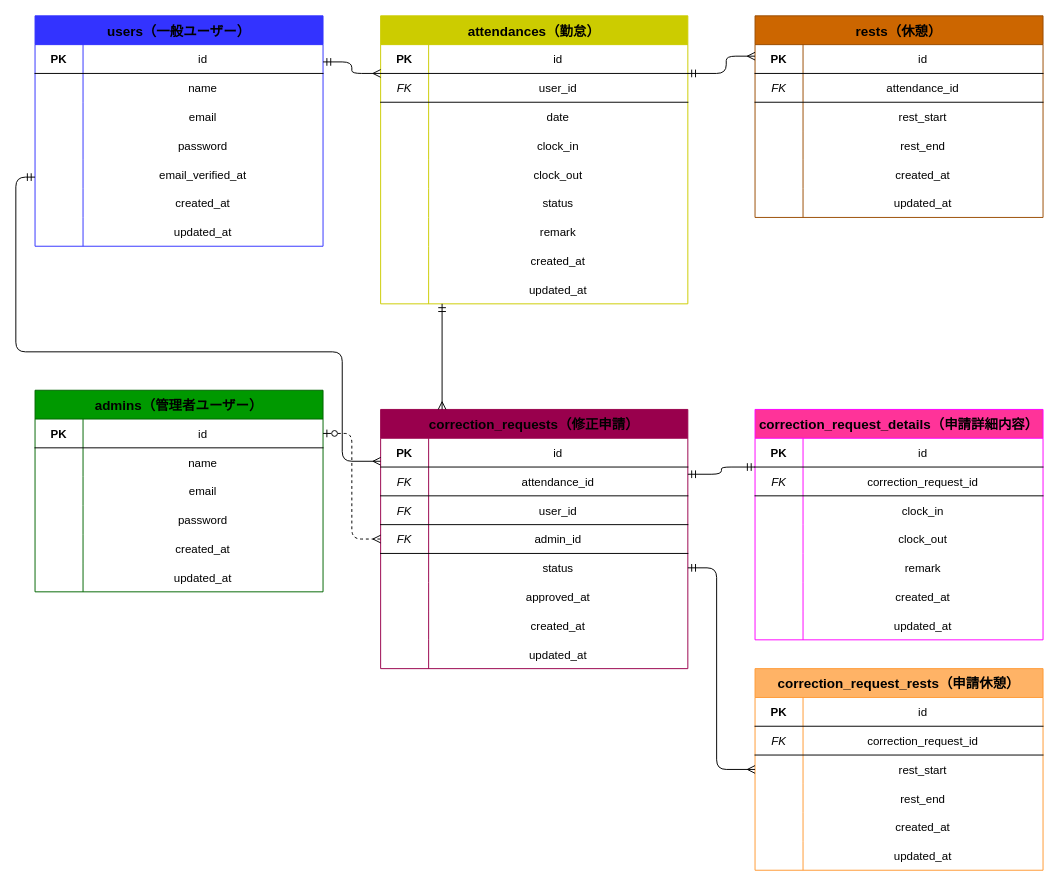
Earlier version of the draw.io diagram attendance_system_er.drawio (kn-a0322/attendance-system-laravel). Source tidied: cells renumbered, new cells numbered last; positions are measured from the earlier drawing's top-left corner, leaving out a move shared by most shapes. Both pictures are drawn from the tidied source at 96%, with x=0, y=0 at pixel (15, 15).
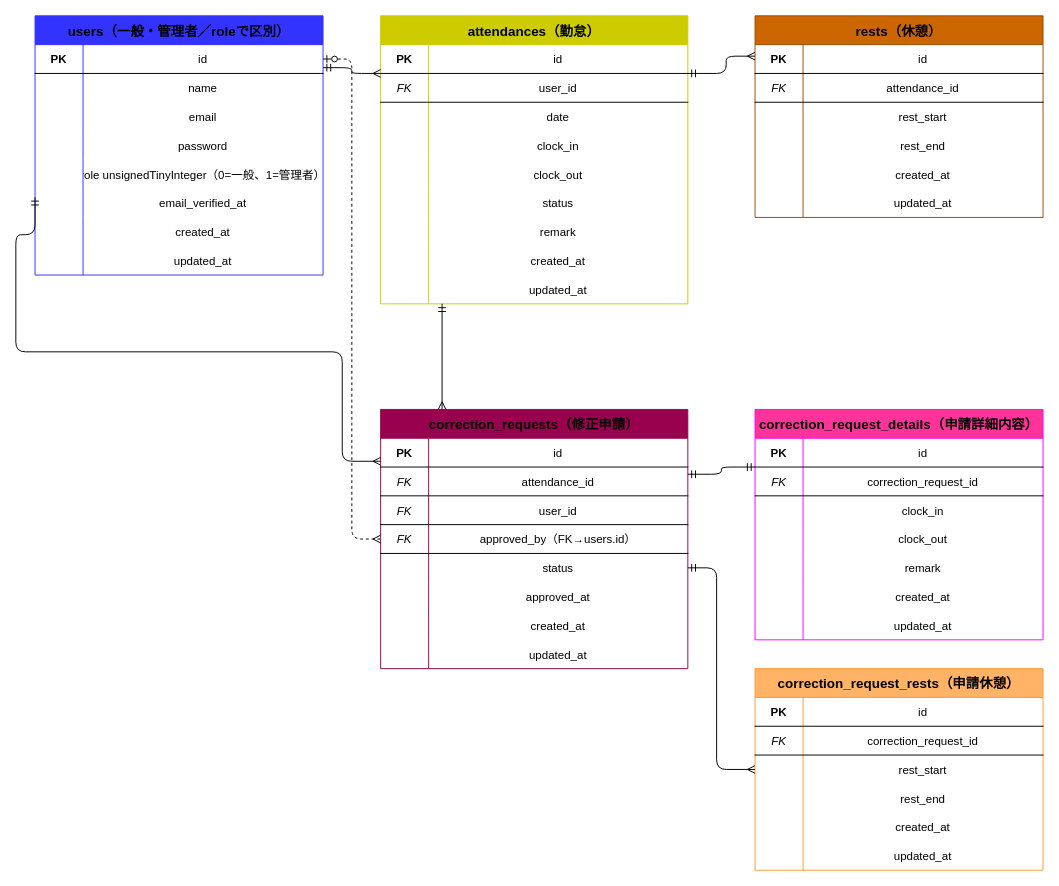
The same diagram, later.

Unchanged cells that the change refers to:
```xml
<mxCell id="3" style="shape=tableRow;horizontal=0;startSize=0;swimlaneHead=0;swimlaneBody=0;fillColor=none;points=[[0,0.5],[1,0.5]];portConstraint=eastwest;fontSize=12;top=0;left=0;right=0;bottom=1;" parent="2" vertex="1">
  <mxGeometry y="30" width="300" height="30" as="geometry" />
</mxCell>
<mxCell id="90" value="correction_requests（修正申請）" style="shape=table;startSize=30;childLayout=tableLayout;rowLines=0;fontStyle=1;align=center;fontSize=14;fillColor=#99004D;strokeColor=#99004D;" parent="1" vertex="1">
  <mxGeometry x="380" y="410" width="320" height="270" as="geometry" />
</mxCell>
<mxCell id="100" style="shape=tableRow;horizontal=0;startSize=0;swimlaneHead=0;swimlaneBody=0;fillColor=none;points=[[0,0.5],[1,0.5]];portConstraint=eastwest;fontSize=12;top=0;left=0;right=0;bottom=1;" parent="90" vertex="1">
  <mxGeometry y="120" width="320" height="30" as="geometry" />
</mxCell>
```

Change to the diagram source:
```diff
@@
-    <mxCell id="2" value="users（一般ユーザー）" style="shape=table;startSize=30;childLayout=tableLayout;rowLines=0;fontStyle=1;align=center;fontSize=14;fillColor=#3333FF;strokeColor=#3333FF;" parent="1" vertex="1">
-      <mxGeometry x="20" width="300" height="240" as="geometry" />
+    <mxCell id="2" value="users（一般・管理者／roleで区別）" style="shape=table;startSize=30;childLayout=tableLayout;rowLines=0;fontStyle=1;align=center;fontSize=14;fillColor=#3333FF;strokeColor=#3333FF;" parent="1" vertex="1">
+      <mxGeometry x="20" width="300" height="270" as="geometry" />
     </mxCell>
@@
+    <mxCell id="37" style="shape=tableRow;horizontal=0;startSize=0;swimlaneHead=0;swimlaneBody=0;fillColor=none;fontSize=12;top=0;left=0;right=0;bottom=0;" parent="2" vertex="1">
+      <mxGeometry y="150" width="300" height="30" as="geometry" />
+    </mxCell>
+    <mxCell id="164" style="shape=partialRectangle;fillColor=none;top=0;left=0;bottom=0;right=0;overflow=hidden;" parent="37" vertex="1">
+      <mxGeometry width="50" height="30" as="geometry" />
+    </mxCell>
+    <mxCell id="165" value="role unsignedTinyInteger（0=一般、1=管理者）" style="shape=partialRectangle;fillColor=none;top=0;left=0;bottom=0;right=0;overflow=hidden;" parent="37" vertex="1">
+      <mxGeometry x="50" width="250" height="30" as="geometry" />
+    </mxCell>
     <mxCell id="15" style="shape=tableRow;horizontal=0;startSize=0;swimlaneHead=0;swimlaneBody=0;fillColor=none;fontSize=12;top=0;left=0;right=0;bottom=0;" parent="2" vertex="1">
-      <mxGeometry y="150" width="300" height="30" as="geometry" />
+      <mxGeometry y="180" width="300" height="30" as="geometry" />
     </mxCell>
@@
     <mxCell id="18" style="shape=tableRow;horizontal=0;startSize=0;swimlaneHead=0;swimlaneBody=0;fillColor=none;fontSize=12;top=0;left=0;right=0;bottom=0;" parent="2" vertex="1">
-      <mxGeometry y="180" width="300" height="30" as="geometry" />
+      <mxGeometry y="210" width="300" height="30" as="geometry" />
     </mxCell>
@@
     <mxCell id="21" style="shape=tableRow;horizontal=0;startSize=0;swimlaneHead=0;swimlaneBody=0;fillColor=none;fontSize=12;top=0;left=0;right=0;bottom=0;" parent="2" vertex="1">
-      <mxGeometry y="210" width="300" height="30" as="geometry" />
+      <mxGeometry y="240" width="300" height="30" as="geometry" />
     </mxCell>
@@
-    <mxCell id="24" value="admins（管理者ユーザー）" style="shape=table;startSize=30;childLayout=tableLayout;rowLines=0;fontStyle=1;align=center;fontSize=14;fillColor=#009900;strokeColor=#006600;" parent="1" vertex="1">
-      <mxGeometry x="20" y="390" width="300" height="210" as="geometry" />
-    </mxCell>
-    <mxCell id="25" style="shape=tableRow;horizontal=0;startSize=0;swimlaneHead=0;swimlaneBody=0;fillColor=none;points=[[0,0.5],[1,0.5]];portConstraint=eastwest;fontSize=12;top=0;left=0;right=0;bottom=1;" parent="24" vertex="1">
-      <mxGeometry y="30" width="300" height="30" as="geometry" />
-    </mxCell>
-    <mxCell id="26" value="PK" style="shape=partialRectangle;fillColor=none;top=0;left=0;bottom=0;right=0;fontStyle=1;overflow=hidden;" parent="25" vertex="1">
-      <mxGeometry width="50" height="30" as="geometry" />
-    </mxCell>
-    <mxCell id="27" value="id" style="shape=partialRectangle;fillColor=none;top=0;left=0;bottom=0;right=0;overflow=hidden;" parent="25" vertex="1">
-      <mxGeometry x="50" width="250" height="30" as="geometry" />
-    </mxCell>
-    <mxCell id="28" style="shape=tableRow;horizontal=0;startSize=0;swimlaneHead=0;swimlaneBody=0;fillColor=none;fontSize=12;top=0;left=0;right=0;bottom=0;" parent="24" vertex="1">
-      <mxGeometry y="60" width="300" height="30" as="geometry" />
-    </mxCell>
-    <mxCell id="29" style="shape=partialRectangle;fillColor=none;top=0;left=0;bottom=0;right=0;overflow=hidden;" parent="28" vertex="1">
-      <mxGeometry width="50" height="30" as="geometry" />
-    </mxCell>
-    <mxCell id="30" value="name" style="shape=partialRectangle;fillColor=none;top=0;left=0;bottom=0;right=0;overflow=hidden;" parent="28" vertex="1">
-      <mxGeometry x="50" width="250" height="30" as="geometry" />
-    </mxCell>
-    <mxCell id="31" style="shape=tableRow;horizontal=0;startSize=0;swimlaneHead=0;swimlaneBody=0;fillColor=none;fontSize=12;top=0;left=0;right=0;bottom=0;" parent="24" vertex="1">
-      <mxGeometry y="90" width="300" height="30" as="geometry" />
-    </mxCell>
-    <mxCell id="32" style="shape=partialRectangle;fillColor=none;top=0;left=0;bottom=0;right=0;overflow=hidden;" parent="31" vertex="1">
-      <mxGeometry width="50" height="30" as="geometry" />
-    </mxCell>
-    <mxCell id="33" value="email" style="shape=partialRectangle;fillColor=none;top=0;left=0;bottom=0;right=0;overflow=hidden;" parent="31" vertex="1">
-      <mxGeometry x="50" width="250" height="30" as="geometry" />
-    </mxCell>
-    <mxCell id="34" style="shape=tableRow;horizontal=0;startSize=0;swimlaneHead=0;swimlaneBody=0;fillColor=none;fontSize=12;top=0;left=0;right=0;bottom=0;" parent="24" vertex="1">
-      <mxGeometry y="120" width="300" height="30" as="geometry" />
-    </mxCell>
-    <mxCell id="35" style="shape=partialRectangle;fillColor=none;top=0;left=0;bottom=0;right=0;overflow=hidden;" parent="34" vertex="1">
-      <mxGeometry width="50" height="30" as="geometry" />
-    </mxCell>
-    <mxCell id="36" value="password" style="shape=partialRectangle;fillColor=none;top=0;left=0;bottom=0;right=0;overflow=hidden;" parent="34" vertex="1">
-      <mxGeometry x="50" width="250" height="30" as="geometry" />
-    </mxCell>
-    <mxCell id="37" style="shape=tableRow;horizontal=0;startSize=0;swimlaneHead=0;swimlaneBody=0;fillColor=none;fontSize=12;top=0;left=0;right=0;bottom=0;" parent="24" vertex="1">
-      <mxGeometry y="150" width="300" height="30" as="geometry" />
-    </mxCell>
-    <mxCell id="38" style="shape=partialRectangle;fillColor=none;top=0;left=0;bottom=0;right=0;overflow=hidden;" parent="37" vertex="1">
-      <mxGeometry width="50" height="30" as="geometry" />
-    </mxCell>
-    <mxCell id="39" value="created_at" style="shape=partialRectangle;fillColor=none;top=0;left=0;bottom=0;right=0;overflow=hidden;" parent="37" vertex="1">
-      <mxGeometry x="50" width="250" height="30" as="geometry" />
-    </mxCell>
-    <mxCell id="40" style="shape=tableRow;horizontal=0;startSize=0;swimlaneHead=0;swimlaneBody=0;fillColor=none;fontSize=12;top=0;left=0;right=0;bottom=0;" parent="24" vertex="1">
-      <mxGeometry y="180" width="300" height="30" as="geometry" />
-    </mxCell>
-    <mxCell id="41" style="shape=partialRectangle;fillColor=none;top=0;left=0;bottom=0;right=0;overflow=hidden;" parent="40" vertex="1">
-      <mxGeometry width="50" height="30" as="geometry" />
-    </mxCell>
-    <mxCell id="42" value="updated_at" style="shape=partialRectangle;fillColor=none;top=0;left=0;bottom=0;right=0;overflow=hidden;" parent="40" vertex="1">
-      <mxGeometry x="50" width="250" height="30" as="geometry" />
-    </mxCell>
@@
-    <mxCell id="102" value="admin_id" style="shape=partialRectangle;fillColor=none;top=0;left=0;bottom=0;right=0;overflow=hidden;" parent="100" vertex="1">
-      <mxGeometry x="50" width="270" height="30" as="geometry" />
-    </mxCell>
+    <mxCell id="166" value="approved_by（FK→users.id）" style="shape=partialRectangle;fillColor=none;top=0;left=0;bottom=0;right=0;overflow=hidden;" parent="100" vertex="1">
+      <mxGeometry x="50" width="270" height="30" as="geometry" />
+    </mxCell>
@@
     <mxCell id="159" style="edgeStyle=orthogonalEdgeStyle;endArrow=ERmany;endFill=0;startArrow=ERmandOne;startFill=0;exitX=0;exitY=0.7;exitDx=0;exitDy=0;entryX=0;entryY=0.2;entryDx=0;entryDy=0;fontSize=12;" parent="1" edge="1" source="2" target="90">
       <mxGeometry relative="1" as="geometry">
         <Array as="points">
-          <mxPoint y="168" />
+          <mxPoint y="228" />
           <mxPoint y="350" />
           <mxPoint x="340" y="350" />
           <mxPoint x="340" y="464" />
         </Array>
       </mxGeometry>
     </mxCell>
-    <mxCell id="160" style="edgeStyle=orthogonalEdgeStyle;endArrow=ERmany;endFill=0;startArrow=ERzeroToOne;startFill=0;fontSize=12;dashed=1;exitX=1;exitY=0.5;exitDx=0;exitDy=0;entryX=0;entryY=0.5;entryDx=0;entryDy=0;" parent="1" edge="1" source="25" target="100">
+    <mxCell id="160" style="edgeStyle=orthogonalEdgeStyle;endArrow=ERmany;endFill=0;startArrow=ERzeroToOne;startFill=0;fontSize=12;dashed=1;exitX=1;exitY=0.5;exitDx=0;exitDy=0;entryX=0;entryY=0.5;entryDx=0;entryDy=0;" parent="1" edge="1" source="3" target="100">
       <mxGeometry relative="1" as="geometry" />
     </mxCell>
@@
-    <mxCell id="163" style="edgeStyle=none;html=1;exitX=0;exitY=0.5;exitDx=0;exitDy=0;" parent="1" edge="1" source="100">
-      <mxGeometry relative="1" as="geometry">
-        <mxPoint x="380" y="545" as="targetPoint" />
-      </mxGeometry>
-    </mxCell>
```
